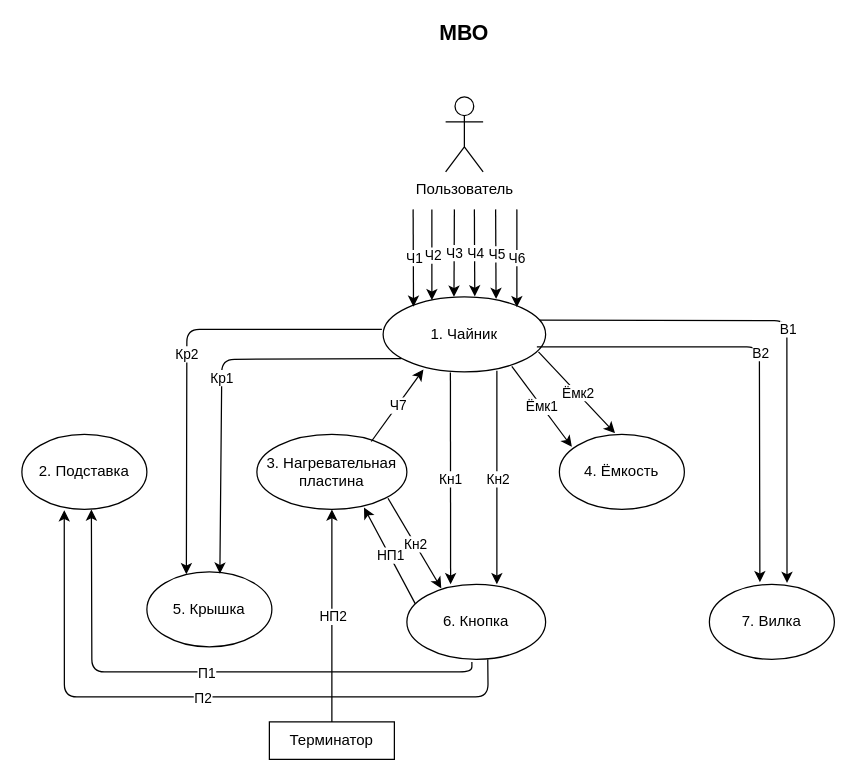
ilyasssklimov/BMSTU_OOP keeps this draw.io diagram as page "МВО" (3 of 5) of lab_05/lab_05.drawio. Above is the earlier version. Source tidied: cells renumbered, new cells numbered last; positions are measured from the earlier drawing's top-left corner, leaving out a move shared by most shapes. Both pictures are drawn from the tidied source at 125%, with x=0, y=0 at pixel (21, 21).
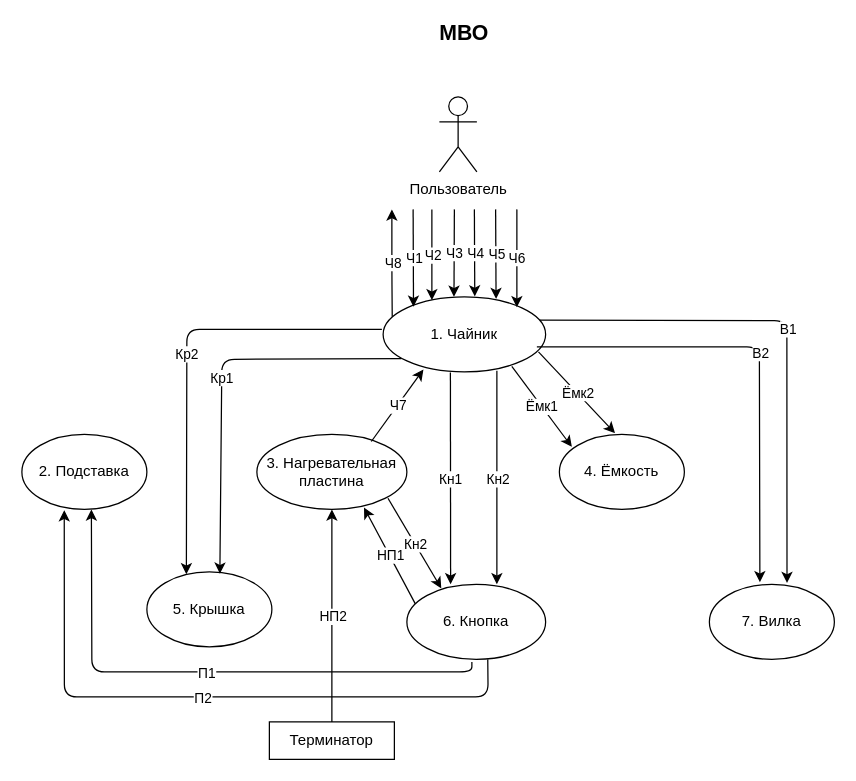
The same page after the edit.

The change refers to these unchanged cells:
```xml
<mxCell id="3" value="1. Чайник" style="ellipse;whiteSpace=wrap;html=1;" parent="1" vertex="1">
  <mxGeometry x="289" y="220" width="130" height="60" as="geometry" />
</mxCell>
```

Diff of the diagram source:
```diff
@@
     <mxCell id="4" value="Пользователь" style="shape=umlActor;verticalLabelPosition=bottom;verticalAlign=top;html=1;" parent="1" vertex="1">
-      <mxGeometry x="339" y="60" width="30" height="60" as="geometry" />
+      <mxGeometry x="334" y="60" width="30" height="60" as="geometry" />
     </mxCell>
@@
+    <mxCell id="52" style="endArrow=classic;html=1;exitX=0.056;exitY=0.266;exitDx=0;exitDy=0;exitPerimeter=0;" parent="1" edge="1" source="3">
+      <mxGeometry relative="1" as="geometry">
+        <mxPoint x="296" y="150" as="targetPoint" />
+        <Array as="points">
+          <mxPoint x="296" y="200" />
+        </Array>
+      </mxGeometry>
+    </mxCell>
+    <mxCell id="53" value="Ч8" style="edgeLabel;html=1;align=center;verticalAlign=middle;" parent="52" vertex="1">
+      <mxGeometry relative="1" as="geometry" />
+    </mxCell>
```
